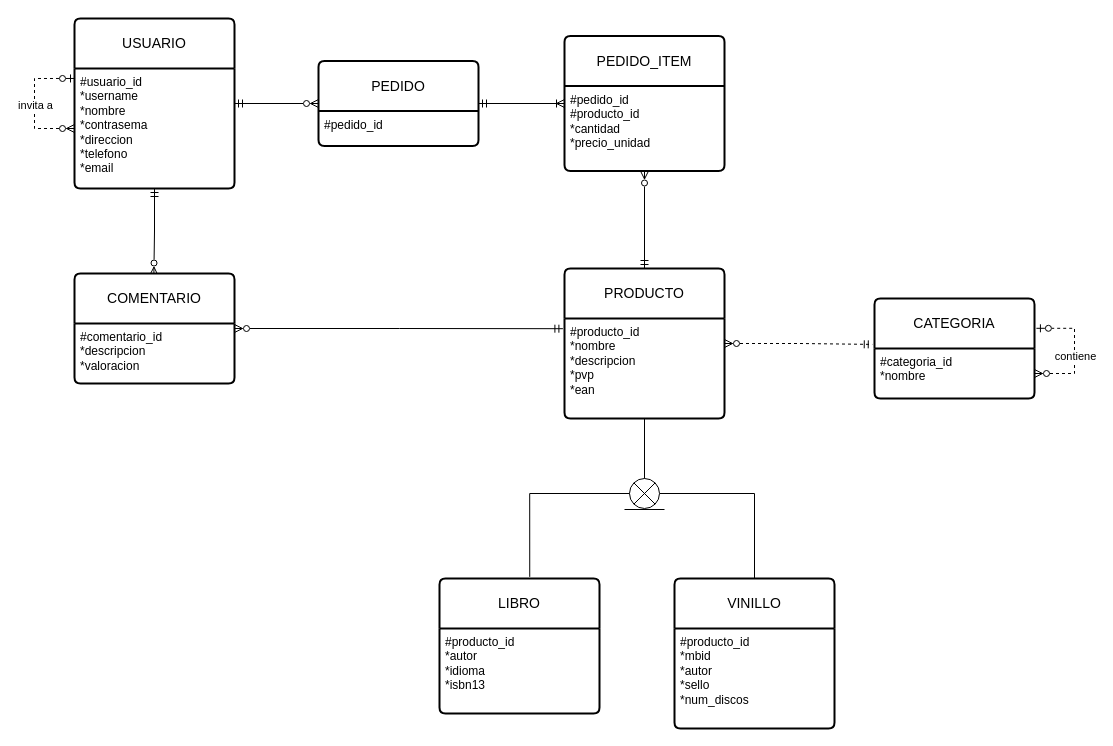
The draw.io diagram page "music-fans" (4 of 8) of diagrams/ejercicios-02-03-herencias.drawio in observadoro/mer, before the edit. Source tidied: cells renumbered, new cells numbered last; positions are measured from the earlier drawing's top-left corner, leaving out a move shared by most shapes. Both pictures are drawn from the tidied source at 100%, with x=0, y=0 at pixel (34, 18).
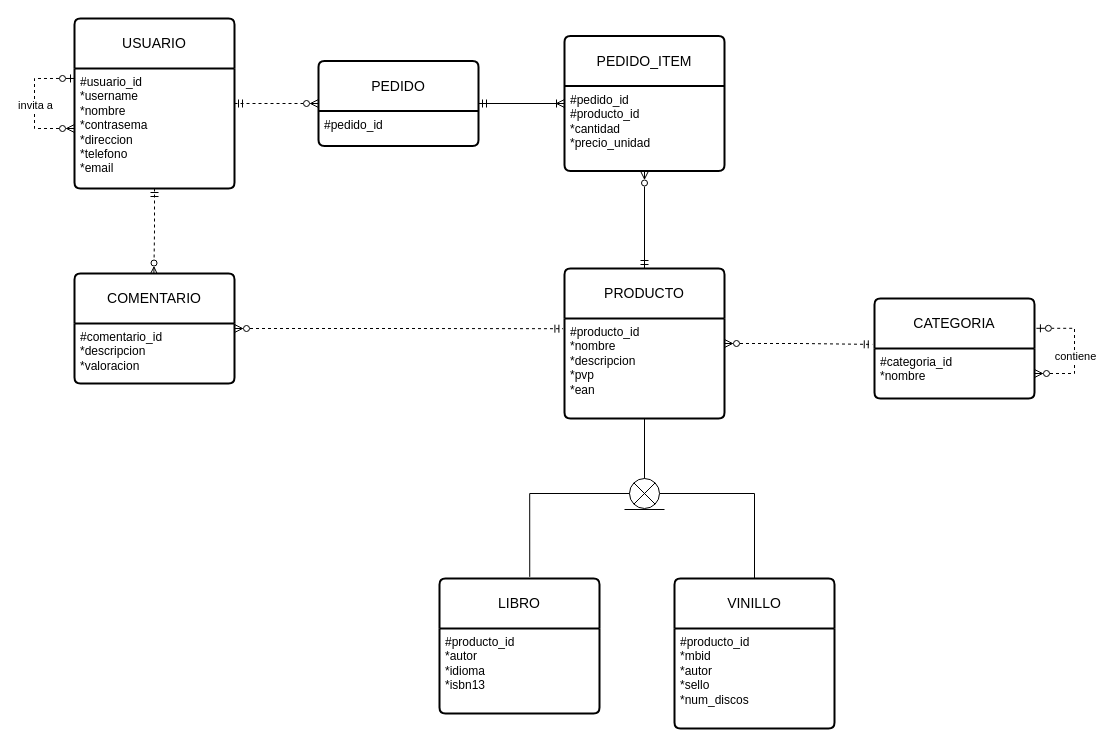
After the change.

Commit message:
Se agregó 4 diagramas de entidades de herencia.

The change refers to these unchanged cells:
```xml
<mxCell id="4" value="USUARIO" style="swimlane;horizontal=1;startSize=50;rounded=1;fontSize=14;fontStyle=0;strokeWidth=2;shadow=0;dashed=0;align=center;arcSize=4;whiteSpace=wrap;html=1;" parent="1" vertex="1">
  <mxGeometry x="40" width="160" height="170" as="geometry" />
</mxCell>
<mxCell id="8" value="PEDIDO" style="swimlane;horizontal=1;startSize=50;rounded=1;fontSize=14;fontStyle=0;strokeWidth=2;shadow=0;dashed=0;align=center;arcSize=4;whiteSpace=wrap;html=1;" parent="1" vertex="1">
  <mxGeometry x="284" y="42.5" width="160" height="85" as="geometry" />
</mxCell>
<mxCell id="14" value="#producto_id&lt;div&gt;*nombre&lt;/div&gt;&lt;div&gt;*descripcion&lt;/div&gt;&lt;div&gt;*pvp&lt;/div&gt;&lt;div&gt;*ean&lt;/div&gt;" style="align=left;strokeColor=none;fillColor=none;spacingLeft=4;spacingRight=4;fontSize=12;verticalAlign=top;html=1;whiteSpace=wrap;" parent="13" vertex="1">
  <mxGeometry y="50" width="160" height="100" as="geometry" />
</mxCell>
<mxCell id="15" value="COMENTARIO" style="swimlane;horizontal=1;startSize=50;rounded=1;fontSize=14;fontStyle=0;strokeWidth=2;shadow=0;dashed=0;align=center;arcSize=4;whiteSpace=wrap;html=1;" parent="1" vertex="1">
  <mxGeometry x="40" y="255" width="160" height="110" as="geometry" />
</mxCell>
```

What changed in the source:
```diff
@@
-    <mxCell id="2" style="edgeStyle=orthogonalEdgeStyle;rounded=0;jettySize=auto;html=1;startArrow=ERmandOne;startFill=0;endArrow=ERzeroToMany;endFill=0;" parent="1" edge="1" source="4" target="8">
+    <mxCell id="2" style="edgeStyle=orthogonalEdgeStyle;rounded=0;jettySize=auto;html=1;startArrow=ERmandOne;startFill=0;endArrow=ERzeroToMany;endFill=0;dashed=1;" parent="1" edge="1" source="4" target="8">
       <mxGeometry relative="1" as="geometry" />
     </mxCell>
-    <mxCell id="3" style="edgeStyle=orthogonalEdgeStyle;rounded=0;jettySize=auto;html=1;entryX=0.496;entryY=0.014;entryDx=0;entryDy=0;entryPerimeter=0;endArrow=ERzeroToMany;endFill=0;startArrow=ERmandOne;startFill=0;" parent="1" edge="1" source="4" target="15">
+    <mxCell id="3" style="edgeStyle=orthogonalEdgeStyle;rounded=0;jettySize=auto;html=1;entryX=0.496;entryY=0.014;entryDx=0;entryDy=0;entryPerimeter=0;endArrow=ERzeroToMany;endFill=0;startArrow=ERmandOne;startFill=0;dashed=1;" parent="1" edge="1" source="4" target="15">
       <mxGeometry x="-0.08" relative="1" as="geometry" />
     </mxCell>
@@
-    <mxCell id="28" style="edgeStyle=orthogonalEdgeStyle;rounded=0;jettySize=auto;html=1;entryX=-0.01;entryY=0.102;entryDx=0;entryDy=0;entryPerimeter=0;startArrow=ERzeroToMany;startFill=0;endArrow=ERmandOne;endFill=0;" parent="1" edge="1" source="15" target="14">
+    <mxCell id="28" style="edgeStyle=orthogonalEdgeStyle;rounded=0;jettySize=auto;html=1;entryX=-0.01;entryY=0.102;entryDx=0;entryDy=0;entryPerimeter=0;startArrow=ERzeroToMany;startFill=0;endArrow=ERmandOne;endFill=0;dashed=1;" parent="1" edge="1" source="15" target="14">
       <mxGeometry x="-0.01" relative="1" as="geometry" />
     </mxCell>
```
